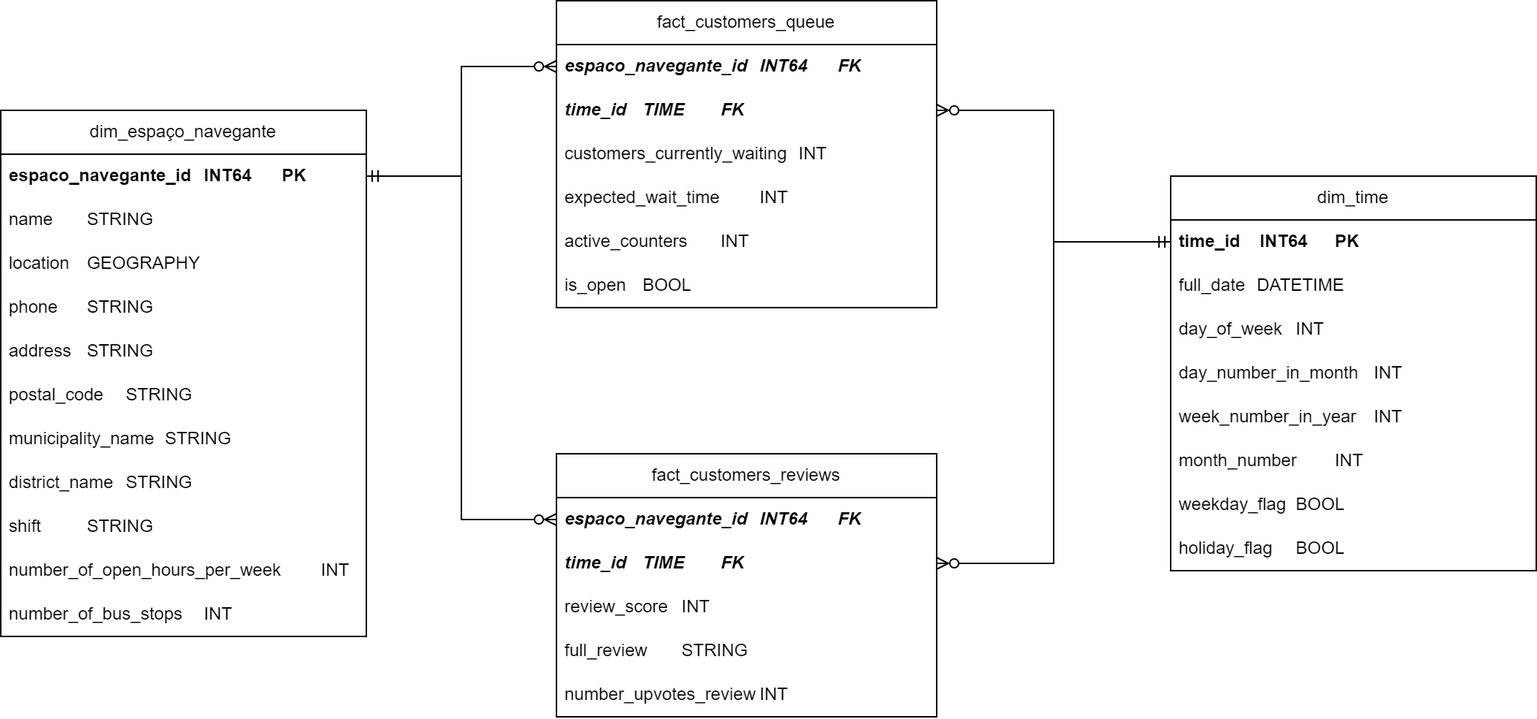
This is diagrams/carris_datamart.drawio.png from danee593/Carris-Espa-os-navegante, a draw.io export, as it was before one commit. Source tidied: cells renumbered, new cells last; positions are measured from the earlier drawing's top-left corner, leaving out a move shared by most shapes.
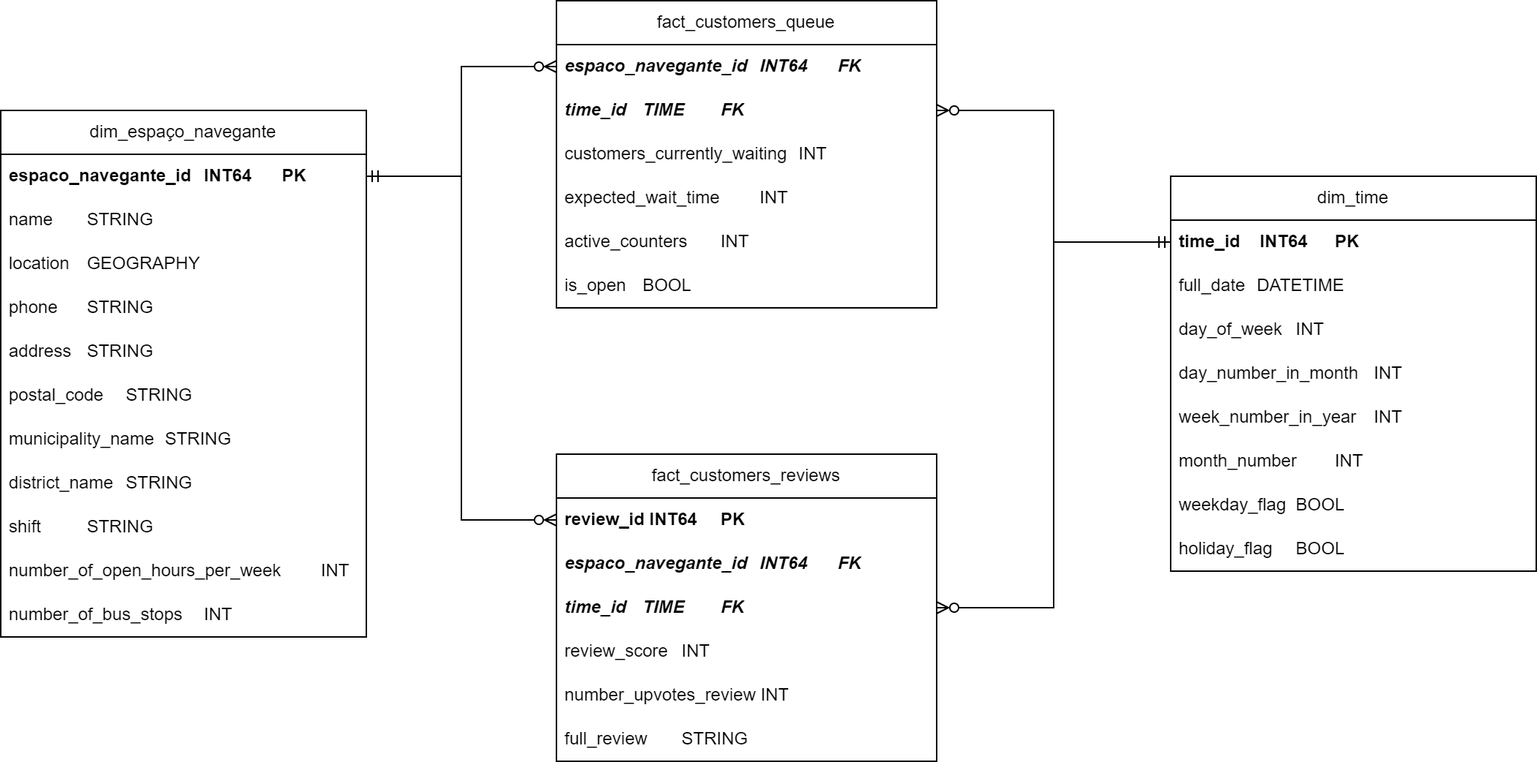
After the change.

The edit, as a diff of the source:
```diff
@@ -93,23 +93,26 @@
       <mxGeometry relative="1" as="geometry" />
     </mxCell>
     <mxCell id="32" value="fact_customers_reviews" style="swimlane;fontStyle=0;horizontal=1;startSize=30;whiteSpace=wrap;html=1;" parent="1" vertex="1">
-      <mxGeometry x="380" y="310" width="260" height="180" as="geometry" />
+      <mxGeometry x="380" y="310" width="260" height="210" as="geometry" />
     </mxCell>
-    <mxCell id="33" value="&lt;b&gt;&lt;i&gt;espaco_navegante_id&lt;span style=&quot;white-space: pre;&quot;&gt;&#9;&lt;/span&gt;INT64&lt;span style=&quot;white-space: pre;&quot;&gt;&#9;&lt;/span&gt;FK&lt;/i&gt;&lt;/b&gt;" style="text;strokeColor=none;fillColor=none;align=left;verticalAlign=middle;spacingLeft=4;spacingRight=4;overflow=hidden;points=[[0,0.5],[1,0.5]];portConstraint=eastwest;whiteSpace=wrap;html=1;" parent="32" vertex="1">
+    <mxCell id="33" value="&lt;b&gt;review_id INT64&lt;span style=&quot;white-space: pre;&quot;&gt;&#9;&lt;/span&gt;PK&lt;/b&gt;" style="text;strokeColor=none;fillColor=none;align=left;verticalAlign=middle;spacingLeft=4;spacingRight=4;overflow=hidden;points=[[0,0.5],[1,0.5]];portConstraint=eastwest;whiteSpace=wrap;html=1;" parent="32" vertex="1">
       <mxGeometry y="30" width="260" height="30" as="geometry" />
     </mxCell>
+    <mxCell id="40" value="&lt;b&gt;&lt;i&gt;espaco_navegante_id&lt;span style=&quot;white-space: pre;&quot;&gt;&#9;&lt;/span&gt;INT64&lt;span style=&quot;white-space: pre;&quot;&gt;&#9;&lt;/span&gt;FK&lt;/i&gt;&lt;/b&gt;" style="text;strokeColor=none;fillColor=none;align=left;verticalAlign=middle;spacingLeft=4;spacingRight=4;overflow=hidden;whiteSpace=wrap;html=1;" parent="32" vertex="1">
+      <mxGeometry y="60" width="260" height="30" as="geometry" />
+    </mxCell>
     <mxCell id="34" value="&lt;b&gt;&lt;i&gt;time_id&lt;span style=&quot;white-space: pre;&quot;&gt;&#9;&lt;/span&gt;TIME&lt;span style=&quot;white-space: pre;&quot;&gt;&#9;&lt;/span&gt;FK&lt;/i&gt;&lt;/b&gt;" style="text;strokeColor=none;fillColor=none;align=left;verticalAlign=middle;spacingLeft=4;spacingRight=4;overflow=hidden;points=[[0,0.5],[1,0.5]];portConstraint=eastwest;whiteSpace=wrap;html=1;" parent="32" vertex="1">
-      <mxGeometry y="60" width="260" height="30" as="geometry" />
+      <mxGeometry y="90" width="260" height="30" as="geometry" />
     </mxCell>
     <mxCell id="35" value="review_score&lt;span style=&quot;white-space: pre;&quot;&gt;&#9;&lt;/span&gt;INT" style="text;strokeColor=none;fillColor=none;align=left;verticalAlign=middle;spacingLeft=4;spacingRight=4;overflow=hidden;whiteSpace=wrap;html=1;" parent="32" vertex="1">
-      <mxGeometry y="90" width="260" height="30" as="geometry" />
+      <mxGeometry y="120" width="260" height="30" as="geometry" />
     </mxCell>
+    <mxCell id="37" value="number_upvotes_review&#9;INT" style="text;strokeColor=none;fillColor=none;align=left;verticalAlign=middle;spacingLeft=4;spacingRight=4;overflow=hidden;whiteSpace=wrap;html=1;" parent="32" vertex="1">
+      <mxGeometry y="150" width="260" height="30" as="geometry" />
+    </mxCell>
     <mxCell id="36" value="full_review&lt;span style=&quot;white-space: pre;&quot;&gt;&#9;&lt;/span&gt;STRING" style="text;strokeColor=none;fillColor=none;align=left;verticalAlign=middle;spacingLeft=4;spacingRight=4;overflow=hidden;whiteSpace=wrap;html=1;" parent="32" vertex="1">
-      <mxGeometry y="120" width="260" height="30" as="geometry" />
+      <mxGeometry y="180" width="260" height="30" as="geometry" />
     </mxCell>
-    <mxCell id="37" value="number_upvotes_review&lt;span style=&quot;white-space: pre;&quot;&gt;&#9;&lt;/span&gt;INT" style="text;strokeColor=none;fillColor=none;align=left;verticalAlign=middle;spacingLeft=4;spacingRight=4;overflow=hidden;whiteSpace=wrap;html=1;" parent="32" vertex="1">
-      <mxGeometry y="150" width="260" height="30" as="geometry" />
-    </mxCell>
     <mxCell id="38" style="edgeStyle=orthogonalEdgeStyle;rounded=0;jettySize=auto;html=1;startArrow=ERmandOne;startFill=0;endArrow=ERzeroToMany;endFill=0;" parent="1" edge="1" source="3" target="33">
       <mxGeometry relative="1" as="geometry" />
     </mxCell>
```
